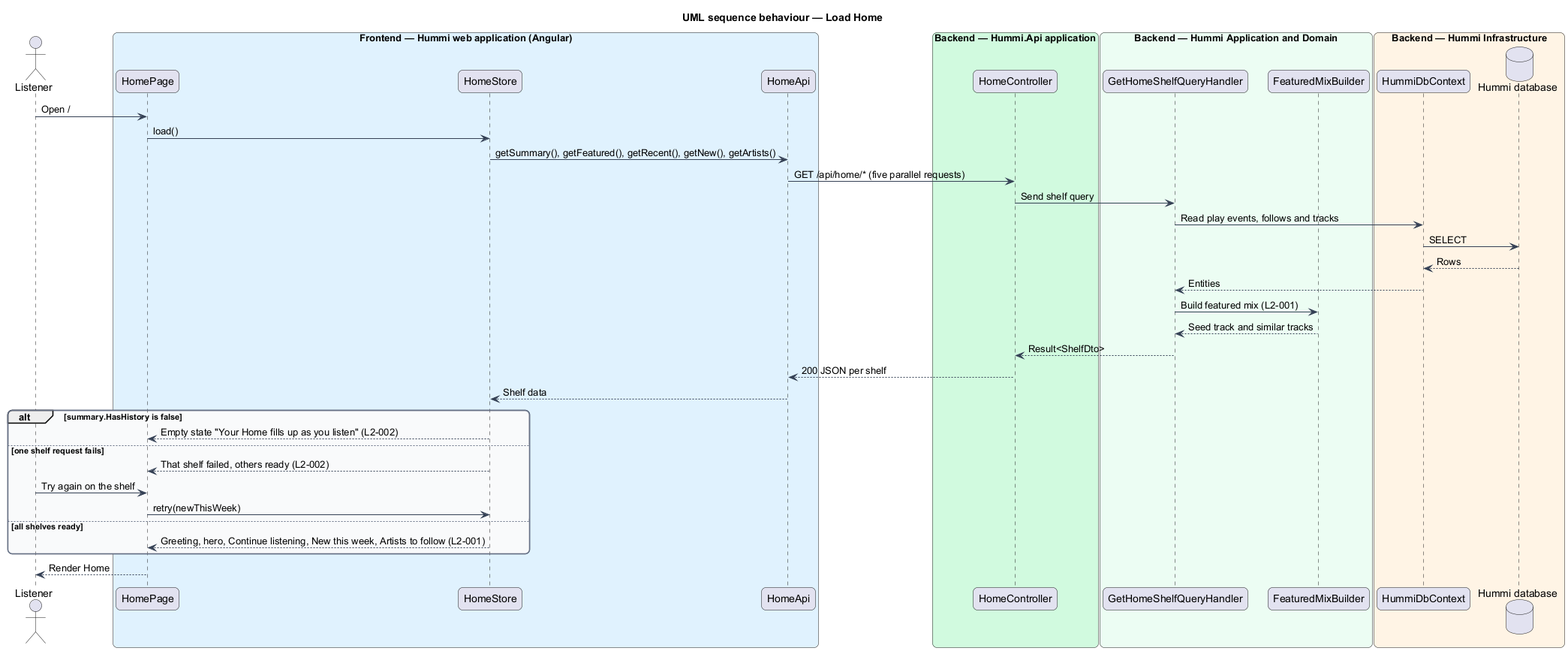
QuinntyneBrown/hummi keeps this PlantUML diagram as docs/detailed-designs/discovery/view-home/diagrams/sequence-load-home.png. Above is the earlier version. The source it was exported from:
```plantuml
@startuml
title UML sequence behaviour — Load Home
skinparam backgroundColor #FFFFFF
skinparam shadowing false
skinparam roundcorner 12
skinparam defaultFontName Arial
skinparam ArrowColor #344054
skinparam rectangle {
  BorderColor #344054
  FontColor #101828
}
skinparam package {
  BorderColor #667085
  FontColor #101828
  BackgroundColor #F9FAFB
}
actor "Listener" as u
box "Frontend — Hummi web application (Angular)" #E0F2FE
  participant "HomePage" as page
  participant "HomeStore" as store
  participant "HomeApi" as client
end box
box "Backend — Hummi.Api application" #D1FADF
  participant "HomeController" as ctl
end box
box "Backend — Hummi Application and Domain" #ECFDF3
  participant "GetHomeShelfQueryHandler" as q
  participant "FeaturedMixBuilder" as mix
end box
box "Backend — Hummi Infrastructure" #FFF4E5
  participant "HummiDbContext" as ctx
  database "Hummi database" as db
end box
u -> page : Open /
page -> store : load()
store -> client : getSummary(), getFeatured(), getRecent(), getNew(), getArtists()
client -> ctl : GET /api/home/* (five parallel requests)
ctl -> q : Send shelf query
q -> ctx : Read play events, follows and tracks
ctx -> db : SELECT
db --> ctx : Rows
ctx --> q : Entities
q -> mix : Build featured mix (L2-001)
mix --> q : Seed track and similar tracks
q --> ctl : Result<ShelfDto>
ctl --> client : 200 JSON per shelf
client --> store : Shelf data
alt summary.HasHistory is false
  store --> page : Empty state "Your Home fills up as you listen" (L2-002)
else one shelf request fails
  store --> page : That shelf failed, others ready (L2-002)
  u -> page : Try again on the shelf
  page -> store : retry(newThisWeek)
else all shelves ready
  store --> page : Greeting, hero, Continue listening, New this week, Artists to follow (L2-001)
end
page --> u : Render Home
@enduml
```
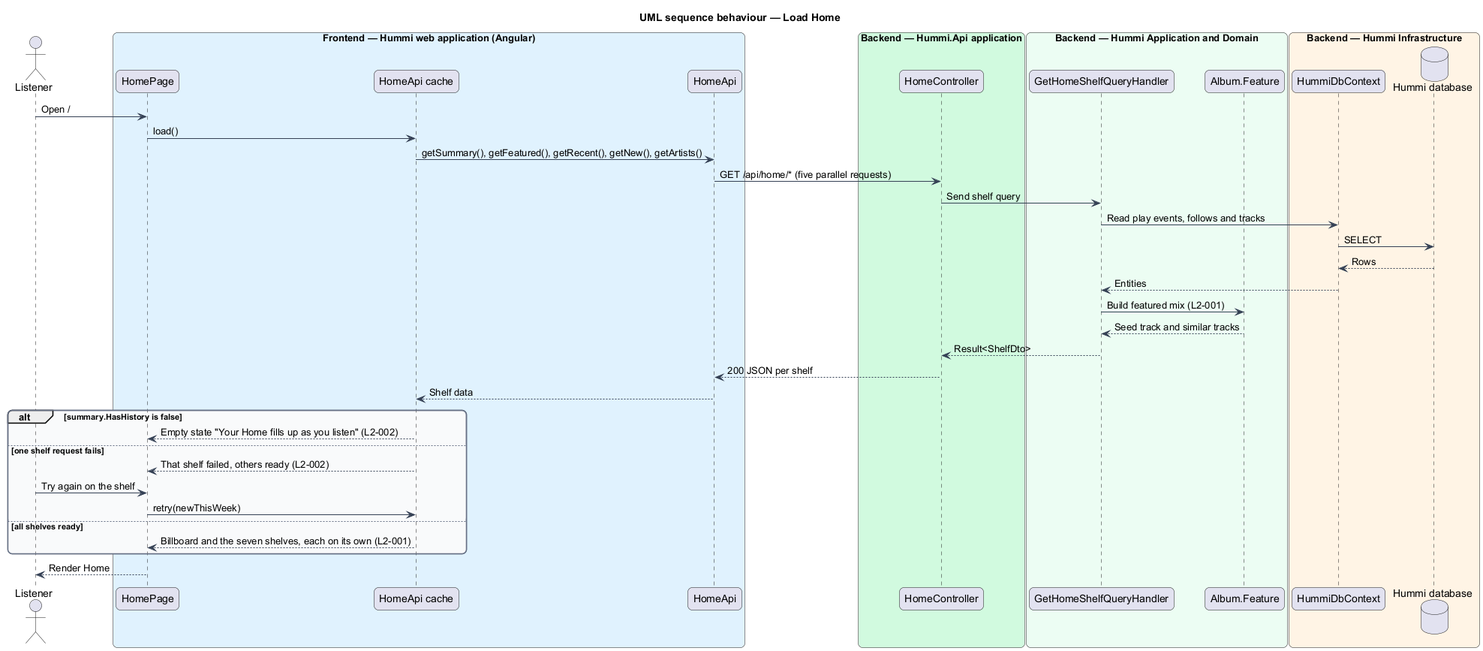
Above is the later version.

Change to the diagram source:
```diff
@@ -17,7 +17,7 @@
 actor "Listener" as u
 box "Frontend — Hummi web application (Angular)" #E0F2FE
   participant "HomePage" as page
-  participant "HomeStore" as store
+  participant "HomeApi cache" as store
   participant "HomeApi" as client
 end box
 box "Backend — Hummi.Api application" #D1FADF
@@ -25,7 +25,7 @@
 end box
 box "Backend — Hummi Application and Domain" #ECFDF3
   participant "GetHomeShelfQueryHandler" as q
-  participant "FeaturedMixBuilder" as mix
+  participant "Album.Feature" as mix
 end box
 box "Backend — Hummi Infrastructure" #FFF4E5
   participant "HummiDbContext" as ctx
@@ -52,7 +52,7 @@
   u -> page : Try again on the shelf
   page -> store : retry(newThisWeek)
 else all shelves ready
-  store --> page : Greeting, hero, Continue listening, New this week, Artists to follow (L2-001)
+  store --> page : Billboard and the seven shelves, each on its own (L2-001)
 end
 page --> u : Render Home
 @enduml
```
